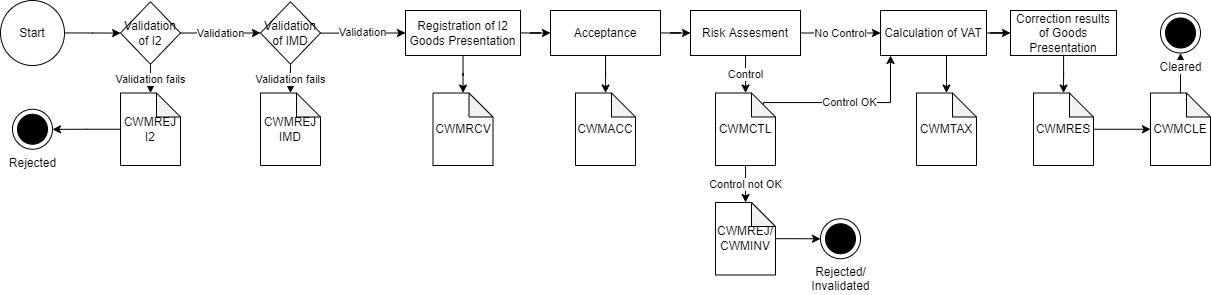
This is Flows/I2.png from skat/dms-public, a draw.io export, as it was before one commit. Source tidied: cells renumbered, new cells last; positions are measured from the earlier drawing's top-left corner, leaving out a move shared by most shapes. Source of this version:
```xml
<mxGraphModel>
  <root>
    <mxCell id="0" />
    <mxCell id="1" parent="0" />
    <mxCell id="2" value="Rejected" style="shape=mxgraph.sysml.actFinal;html=1;verticalLabelPosition=bottom;labelBackgroundColor=#ffffff;verticalAlign=top;" parent="1" vertex="1">
      <mxGeometry x="12" y="108.8" width="40" height="40" as="geometry" />
    </mxCell>
    <mxCell id="3" style="edgeStyle=orthogonalEdgeStyle;rounded=0;jettySize=auto;html=1;" parent="1" edge="1" source="5" target="17">
      <mxGeometry relative="1" as="geometry">
        <Array as="points">
          <mxPoint x="946" y="82" />
          <mxPoint x="946" y="82" />
        </Array>
      </mxGeometry>
    </mxCell>
    <mxCell id="4" style="edgeStyle=orthogonalEdgeStyle;rounded=0;jettySize=auto;html=1;" parent="1" edge="1" source="5" target="29">
      <mxGeometry relative="1" as="geometry" />
    </mxCell>
    <mxCell id="5" value="Calculation of VAT" style="whiteSpace=wrap;html=1;" parent="1" vertex="1">
      <mxGeometry x="880" y="10" width="106" height="45" as="geometry" />
    </mxCell>
    <mxCell id="6" style="edgeStyle=orthogonalEdgeStyle;rounded=0;jettySize=auto;html=1;" parent="1" edge="1" source="7" target="13">
      <mxGeometry relative="1" as="geometry" />
    </mxCell>
    <mxCell id="7" value="Start" style="ellipse;whiteSpace=wrap;html=1;" parent="1" vertex="1">
      <mxGeometry width="64" height="65" as="geometry" />
    </mxCell>
    <mxCell id="8" style="edgeStyle=orthogonalEdgeStyle;rounded=0;jettySize=auto;html=1;" parent="1" edge="1" source="10" target="18">
      <mxGeometry relative="1" as="geometry" />
    </mxCell>
    <mxCell id="9" style="edgeStyle=orthogonalEdgeStyle;rounded=0;jettySize=auto;html=1;" parent="1" edge="1" source="10" target="26">
      <mxGeometry relative="1" as="geometry" />
    </mxCell>
    <mxCell id="10" value="Registration of I2 Goods Presentation" style="whiteSpace=wrap;html=1;" parent="1" vertex="1">
      <mxGeometry x="405" y="10" width="115" height="45" as="geometry" />
    </mxCell>
    <mxCell id="11" value="Validation fails" style="edgeStyle=orthogonalEdgeStyle;rounded=0;jettySize=auto;html=1;" parent="1" edge="1" source="13" target="20">
      <mxGeometry relative="1" as="geometry" />
    </mxCell>
    <mxCell id="12" value="Validation" style="edgeStyle=orthogonalEdgeStyle;rounded=0;jettySize=auto;html=1;" parent="1" edge="1" source="13" target="37">
      <mxGeometry relative="1" as="geometry" />
    </mxCell>
    <mxCell id="13" value="Validation of I2" style="rhombus;whiteSpace=wrap;html=1;" parent="1" vertex="1">
      <mxGeometry x="120" y="1.2" width="60" height="62.5" as="geometry" />
    </mxCell>
    <mxCell id="14" value="Control OK" style="edgeStyle=orthogonalEdgeStyle;rounded=0;jettySize=auto;html=1;exitX=0;exitY=0;exitDx=48;exitDy=12;exitPerimeter=0;" parent="1" edge="1" source="16">
      <mxGeometry relative="1" as="geometry">
        <mxPoint x="890" y="55" as="targetPoint" />
        <Array as="points">
          <mxPoint x="763" y="102" />
          <mxPoint x="890" y="102" />
        </Array>
      </mxGeometry>
    </mxCell>
    <mxCell id="15" value="Control not OK" style="edgeStyle=orthogonalEdgeStyle;rounded=0;jettySize=auto;html=1;" parent="1" edge="1" source="16" target="40">
      <mxGeometry relative="1" as="geometry" />
    </mxCell>
    <mxCell id="16" value="CWMCTL" style="shape=note;whiteSpace=wrap;html=1;backgroundOutline=1;darkOpacity=0.05;size=24;" parent="1" vertex="1">
      <mxGeometry x="715" y="92.5" width="60" height="72.5" as="geometry" />
    </mxCell>
    <mxCell id="17" value="CWMTAX" style="shape=note;whiteSpace=wrap;html=1;backgroundOutline=1;darkOpacity=0.05;size=24;" parent="1" vertex="1">
      <mxGeometry x="916" y="92.5" width="60" height="72.5" as="geometry" />
    </mxCell>
    <mxCell id="18" value="CWMRCV" style="shape=note;whiteSpace=wrap;html=1;backgroundOutline=1;darkOpacity=0.05;size=24;" parent="1" vertex="1">
      <mxGeometry x="432.5" y="92.5" width="60" height="72.5" as="geometry" />
    </mxCell>
    <mxCell id="19" style="edgeStyle=orthogonalEdgeStyle;rounded=0;jettySize=auto;html=1;" parent="1" edge="1" source="20" target="2">
      <mxGeometry relative="1" as="geometry" />
    </mxCell>
    <mxCell id="20" value="CWMREJ&lt;br&gt;I2" style="shape=note;whiteSpace=wrap;html=1;backgroundOutline=1;darkOpacity=0.05;size=24;" parent="1" vertex="1">
      <mxGeometry x="120" y="92.5" width="60" height="72.5" as="geometry" />
    </mxCell>
    <mxCell id="21" value="Control" style="edgeStyle=orthogonalEdgeStyle;rounded=0;jettySize=auto;html=1;" parent="1" edge="1" source="23" target="16">
      <mxGeometry relative="1" as="geometry" />
    </mxCell>
    <mxCell id="22" value="No Control" style="edgeStyle=orthogonalEdgeStyle;rounded=0;jettySize=auto;html=1;" parent="1" edge="1" source="23" target="5">
      <mxGeometry relative="1" as="geometry" />
    </mxCell>
    <mxCell id="23" value="Risk Assesment" style="whiteSpace=wrap;html=1;" parent="1" vertex="1">
      <mxGeometry x="690" y="10" width="110" height="45" as="geometry" />
    </mxCell>
    <mxCell id="24" style="edgeStyle=orthogonalEdgeStyle;rounded=0;jettySize=auto;html=1;" parent="1" edge="1" source="26" target="27">
      <mxGeometry relative="1" as="geometry" />
    </mxCell>
    <mxCell id="25" style="edgeStyle=orthogonalEdgeStyle;rounded=0;jettySize=auto;html=1;" parent="1" edge="1" source="26" target="23">
      <mxGeometry relative="1" as="geometry" />
    </mxCell>
    <mxCell id="26" value="Acceptance" style="whiteSpace=wrap;html=1;" parent="1" vertex="1">
      <mxGeometry x="550" y="10" width="110" height="45" as="geometry" />
    </mxCell>
    <mxCell id="27" value="CWMACC" style="shape=note;whiteSpace=wrap;html=1;backgroundOutline=1;darkOpacity=0.05;size=24;" parent="1" vertex="1">
      <mxGeometry x="575" y="92.5" width="60" height="72.5" as="geometry" />
    </mxCell>
    <mxCell id="28" style="edgeStyle=orthogonalEdgeStyle;rounded=0;jettySize=auto;html=1;" parent="1" edge="1" source="29" target="31">
      <mxGeometry relative="1" as="geometry" />
    </mxCell>
    <mxCell id="29" value="Correction results of Goods Presentation" style="whiteSpace=wrap;html=1;" parent="1" vertex="1">
      <mxGeometry x="1010" y="10" width="106" height="45" as="geometry" />
    </mxCell>
    <mxCell id="30" style="edgeStyle=orthogonalEdgeStyle;rounded=0;jettySize=auto;html=1;" parent="1" edge="1" source="31" target="33">
      <mxGeometry relative="1" as="geometry" />
    </mxCell>
    <mxCell id="31" value="CWMRES" style="shape=note;whiteSpace=wrap;html=1;backgroundOutline=1;darkOpacity=0.05;size=24;" parent="1" vertex="1">
      <mxGeometry x="1033" y="92.5" width="60" height="72.5" as="geometry" />
    </mxCell>
    <mxCell id="32" style="edgeStyle=orthogonalEdgeStyle;rounded=0;jettySize=auto;html=1;" parent="1" edge="1" source="33" target="34">
      <mxGeometry relative="1" as="geometry" />
    </mxCell>
    <mxCell id="33" value="CWMCLE" style="shape=note;whiteSpace=wrap;html=1;backgroundOutline=1;darkOpacity=0.05;size=24;" parent="1" vertex="1">
      <mxGeometry x="1150" y="92.5" width="60" height="72.5" as="geometry" />
    </mxCell>
    <mxCell id="34" value="Cleared" style="shape=mxgraph.sysml.actFinal;html=1;verticalLabelPosition=bottom;labelBackgroundColor=#ffffff;verticalAlign=top;" parent="1" vertex="1">
      <mxGeometry x="1160" y="12.5" width="40" height="40" as="geometry" />
    </mxCell>
    <mxCell id="35" value="Validation fails" style="edgeStyle=orthogonalEdgeStyle;rounded=0;jettySize=auto;html=1;" parent="1" edge="1" source="37" target="38">
      <mxGeometry relative="1" as="geometry" />
    </mxCell>
    <mxCell id="36" value="Validation" style="edgeStyle=orthogonalEdgeStyle;rounded=0;jettySize=auto;html=1;" parent="1" edge="1" source="37" target="10">
      <mxGeometry relative="1" as="geometry" />
    </mxCell>
    <mxCell id="37" value="Validation of IMD" style="rhombus;whiteSpace=wrap;html=1;" parent="1" vertex="1">
      <mxGeometry x="260" y="1.2" width="60" height="62.5" as="geometry" />
    </mxCell>
    <mxCell id="38" value="CWMREJ&lt;br&gt;IMD" style="shape=note;whiteSpace=wrap;html=1;backgroundOutline=1;darkOpacity=0.05;size=24;" parent="1" vertex="1">
      <mxGeometry x="260" y="92.5" width="60" height="72.5" as="geometry" />
    </mxCell>
    <mxCell id="39" style="edgeStyle=orthogonalEdgeStyle;rounded=0;jettySize=auto;html=1;" parent="1" edge="1" source="40" target="41">
      <mxGeometry relative="1" as="geometry" />
    </mxCell>
    <mxCell id="40" value="CWMREJ/&lt;br&gt;CWMINV" style="shape=note;whiteSpace=wrap;html=1;backgroundOutline=1;darkOpacity=0.05;size=24;" parent="1" vertex="1">
      <mxGeometry x="715" y="202" width="60" height="72.5" as="geometry" />
    </mxCell>
    <mxCell id="41" value="Rejected/&lt;br&gt;Invalidated" style="shape=mxgraph.sysml.actFinal;html=1;verticalLabelPosition=bottom;labelBackgroundColor=#ffffff;verticalAlign=top;" parent="1" vertex="1">
      <mxGeometry x="820" y="218.2" width="40" height="40" as="geometry" />
    </mxCell>
  </root>
</mxGraphModel>
```
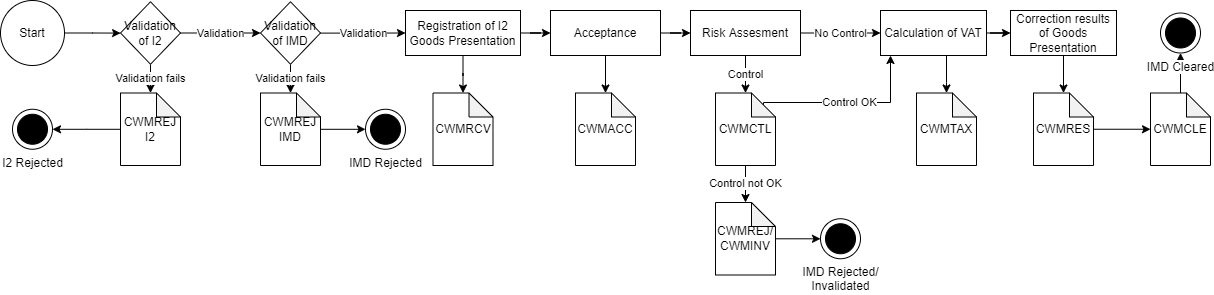
After the change.

The edit, as a diff of the source:
```diff
@@ -2,7 +2,7 @@
   <root>
     <mxCell id="0" />
     <mxCell id="1" parent="0" />
-    <mxCell id="2" value="Rejected" style="shape=mxgraph.sysml.actFinal;html=1;verticalLabelPosition=bottom;labelBackgroundColor=#ffffff;verticalAlign=top;" parent="1" vertex="1">
+    <mxCell id="2" value="I2 Rejected" style="shape=mxgraph.sysml.actFinal;html=1;verticalLabelPosition=bottom;labelBackgroundColor=#ffffff;verticalAlign=top;" parent="1" vertex="1">
       <mxGeometry x="12" y="108.8" width="40" height="40" as="geometry" />
     </mxCell>
     <mxCell id="3" style="edgeStyle=orthogonalEdgeStyle;rounded=0;jettySize=auto;html=1;" parent="1" edge="1" source="5" target="17">
@@ -109,7 +109,7 @@
     <mxCell id="33" value="CWMCLE" style="shape=note;whiteSpace=wrap;html=1;backgroundOutline=1;darkOpacity=0.05;size=24;" parent="1" vertex="1">
       <mxGeometry x="1150" y="92.5" width="60" height="72.5" as="geometry" />
     </mxCell>
-    <mxCell id="34" value="Cleared" style="shape=mxgraph.sysml.actFinal;html=1;verticalLabelPosition=bottom;labelBackgroundColor=#ffffff;verticalAlign=top;" parent="1" vertex="1">
+    <mxCell id="34" value="IMD Cleared" style="shape=mxgraph.sysml.actFinal;html=1;verticalLabelPosition=bottom;labelBackgroundColor=#ffffff;verticalAlign=top;" parent="1" vertex="1">
       <mxGeometry x="1160" y="12.5" width="40" height="40" as="geometry" />
     </mxCell>
     <mxCell id="35" value="Validation fails" style="edgeStyle=orthogonalEdgeStyle;rounded=0;jettySize=auto;html=1;" parent="1" edge="1" source="37" target="38">
@@ -121,6 +121,9 @@
     <mxCell id="37" value="Validation of IMD" style="rhombus;whiteSpace=wrap;html=1;" parent="1" vertex="1">
       <mxGeometry x="260" y="1.2" width="60" height="62.5" as="geometry" />
     </mxCell>
+    <mxCell id="42" style="edgeStyle=orthogonalEdgeStyle;rounded=0;jettySize=auto;html=1;" parent="1" edge="1" source="38" target="43">
+      <mxGeometry relative="1" as="geometry" />
+    </mxCell>
     <mxCell id="38" value="CWMREJ&lt;br&gt;IMD" style="shape=note;whiteSpace=wrap;html=1;backgroundOutline=1;darkOpacity=0.05;size=24;" parent="1" vertex="1">
       <mxGeometry x="260" y="92.5" width="60" height="72.5" as="geometry" />
     </mxCell>
@@ -130,8 +133,11 @@
     <mxCell id="40" value="CWMREJ/&lt;br&gt;CWMINV" style="shape=note;whiteSpace=wrap;html=1;backgroundOutline=1;darkOpacity=0.05;size=24;" parent="1" vertex="1">
       <mxGeometry x="715" y="202" width="60" height="72.5" as="geometry" />
     </mxCell>
-    <mxCell id="41" value="Rejected/&lt;br&gt;Invalidated" style="shape=mxgraph.sysml.actFinal;html=1;verticalLabelPosition=bottom;labelBackgroundColor=#ffffff;verticalAlign=top;" parent="1" vertex="1">
+    <mxCell id="41" value="IMD Rejected/&lt;br&gt;Invalidated" style="shape=mxgraph.sysml.actFinal;html=1;verticalLabelPosition=bottom;labelBackgroundColor=#ffffff;verticalAlign=top;" parent="1" vertex="1">
       <mxGeometry x="820" y="218.2" width="40" height="40" as="geometry" />
     </mxCell>
+    <mxCell id="43" value="IMD Rejected" style="shape=mxgraph.sysml.actFinal;html=1;verticalLabelPosition=bottom;labelBackgroundColor=#ffffff;verticalAlign=top;" parent="1" vertex="1">
+      <mxGeometry x="365" y="108.8" width="40" height="40" as="geometry" />
+    </mxCell>
   </root>
 </mxGraphModel>
```
